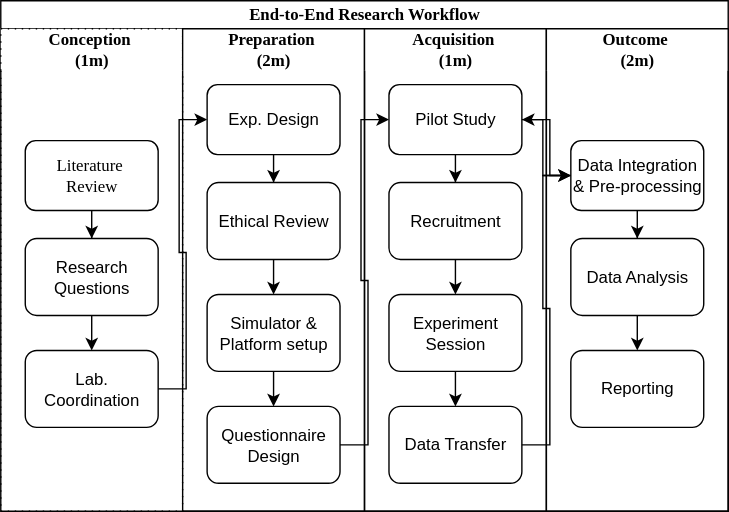
The draw.io diagram content/publications/mdpi-emotion-paper/workflow.svg in iwaszm/iwaszm.github.io, before a commit. Source tidied: cells renumbered, new cells last; positions are measured from the earlier drawing's top-left corner, leaving out a move shared by most shapes. Its diagram source:
```xml
<mxGraphModel>
  <root>
    <mxCell id="0" />
    <mxCell id="1" parent="0" />
    <mxCell id="2" value="End-to-End Research Workflow" style="swimlane;startSize=20;html=1;fontFamily=Tahoma;" parent="1" vertex="1">
      <mxGeometry width="520" height="365" as="geometry" />
    </mxCell>
    <mxCell id="3" value="Conception&amp;nbsp;&lt;div&gt;(1m)&lt;/div&gt;" style="swimlane;startSize=30;html=1;fontFamily=Tahoma;labelBackgroundColor=none;swimlaneFillColor=none;gradientColor=none;fillColor=default;dashed=1;dashPattern=1 4;swimlaneLine=0;rounded=0;glass=0;" parent="2" vertex="1">
      <mxGeometry y="20" width="130" height="345" as="geometry" />
    </mxCell>
    <mxCell id="4" style="edgeStyle=orthogonalEdgeStyle;rounded=0;jettySize=auto;html=1;" parent="3" edge="1" source="5" target="7">
      <mxGeometry relative="1" as="geometry" />
    </mxCell>
    <mxCell id="5" value="&lt;font face=&quot;Tahoma&quot;&gt;Literature&amp;nbsp;&lt;/font&gt;&lt;div&gt;&lt;font face=&quot;Tahoma&quot;&gt;Review&lt;/font&gt;&lt;/div&gt;" style="rounded=1;whiteSpace=wrap;html=1;" parent="3" vertex="1">
      <mxGeometry x="17.5" y="80" width="95" height="50" as="geometry" />
    </mxCell>
    <mxCell id="6" style="edgeStyle=orthogonalEdgeStyle;rounded=0;jettySize=auto;html=1;" parent="3" edge="1" source="7" target="8">
      <mxGeometry relative="1" as="geometry" />
    </mxCell>
    <mxCell id="7" value="Research Questions" style="whiteSpace=wrap;html=1;rounded=1;" parent="3" vertex="1">
      <mxGeometry x="17.5" y="150" width="95" height="55" as="geometry" />
    </mxCell>
    <mxCell id="8" value="Lab. Coordination" style="whiteSpace=wrap;html=1;rounded=1;" parent="3" vertex="1">
      <mxGeometry x="17.5" y="230" width="95" height="55" as="geometry" />
    </mxCell>
    <mxCell id="9" value="Preparation&amp;nbsp;&lt;div&gt;(2m)&lt;/div&gt;" style="swimlane;startSize=30;html=1;fontFamily=Tahoma;swimlaneLine=0;rounded=0;glass=0;" parent="2" vertex="1">
      <mxGeometry x="130" y="20" width="130" height="345" as="geometry" />
    </mxCell>
    <mxCell id="10" style="edgeStyle=orthogonalEdgeStyle;rounded=0;jettySize=auto;html=1;" parent="9" edge="1" source="11" target="13">
      <mxGeometry relative="1" as="geometry" />
    </mxCell>
    <mxCell id="11" value="Exp. Design" style="rounded=1;whiteSpace=wrap;html=1;" parent="9" vertex="1">
      <mxGeometry x="17.5" y="40" width="95" height="50" as="geometry" />
    </mxCell>
    <mxCell id="12" style="edgeStyle=orthogonalEdgeStyle;rounded=0;jettySize=auto;html=1;" parent="9" edge="1" source="13" target="15">
      <mxGeometry relative="1" as="geometry" />
    </mxCell>
    <mxCell id="13" value="Ethical Review" style="whiteSpace=wrap;html=1;rounded=1;" parent="9" vertex="1">
      <mxGeometry x="17.5" y="110" width="95" height="55" as="geometry" />
    </mxCell>
    <mxCell id="14" style="edgeStyle=orthogonalEdgeStyle;rounded=0;jettySize=auto;html=1;" parent="9" edge="1" source="15" target="16">
      <mxGeometry relative="1" as="geometry" />
    </mxCell>
    <mxCell id="15" value="Simulator &amp;amp; Platform setup" style="whiteSpace=wrap;html=1;rounded=1;" parent="9" vertex="1">
      <mxGeometry x="17.5" y="190" width="95" height="55" as="geometry" />
    </mxCell>
    <mxCell id="16" value="Questionnaire Design" style="whiteSpace=wrap;html=1;rounded=1;" parent="9" vertex="1">
      <mxGeometry x="17.5" y="270" width="95" height="55" as="geometry" />
    </mxCell>
    <mxCell id="17" value="Acquisition&amp;nbsp;&lt;div&gt;(1m)&lt;/div&gt;" style="swimlane;startSize=30;html=1;fontFamily=Tahoma;swimlaneLine=0;rounded=0;glass=0;" parent="2" vertex="1">
      <mxGeometry x="260" y="20" width="130" height="345" as="geometry" />
    </mxCell>
    <mxCell id="18" style="edgeStyle=orthogonalEdgeStyle;rounded=0;jettySize=auto;html=1;" parent="17" edge="1" source="19" target="21">
      <mxGeometry relative="1" as="geometry" />
    </mxCell>
    <mxCell id="19" value="Pilot Study" style="rounded=1;whiteSpace=wrap;html=1;" parent="17" vertex="1">
      <mxGeometry x="17.5" y="40" width="95" height="50" as="geometry" />
    </mxCell>
    <mxCell id="20" style="edgeStyle=orthogonalEdgeStyle;rounded=0;jettySize=auto;html=1;" parent="17" edge="1" source="21" target="23">
      <mxGeometry relative="1" as="geometry" />
    </mxCell>
    <mxCell id="21" value="Recruitment" style="whiteSpace=wrap;html=1;rounded=1;" parent="17" vertex="1">
      <mxGeometry x="17.5" y="110" width="95" height="55" as="geometry" />
    </mxCell>
    <mxCell id="22" style="edgeStyle=orthogonalEdgeStyle;rounded=0;jettySize=auto;html=1;" parent="17" edge="1" source="23" target="24">
      <mxGeometry relative="1" as="geometry" />
    </mxCell>
    <mxCell id="23" value="Experiment Session" style="whiteSpace=wrap;html=1;rounded=1;" parent="17" vertex="1">
      <mxGeometry x="17.5" y="190" width="95" height="55" as="geometry" />
    </mxCell>
    <mxCell id="24" value="Data Transfer" style="whiteSpace=wrap;html=1;rounded=1;" parent="17" vertex="1">
      <mxGeometry x="17.5" y="270" width="95" height="55" as="geometry" />
    </mxCell>
    <mxCell id="25" value="Outcome&amp;nbsp;&lt;div&gt;(2m)&lt;/div&gt;" style="swimlane;startSize=30;html=1;fontFamily=Tahoma;swimlaneLine=0;rounded=0;glass=0;" parent="2" vertex="1">
      <mxGeometry x="390" y="20" width="130" height="345" as="geometry" />
    </mxCell>
    <mxCell id="26" style="edgeStyle=orthogonalEdgeStyle;rounded=0;jettySize=auto;html=1;" parent="25" edge="1" source="27" target="29">
      <mxGeometry relative="1" as="geometry" />
    </mxCell>
    <mxCell id="27" value="Data Integration &amp;amp; Pre-processing" style="rounded=1;whiteSpace=wrap;html=1;" parent="25" vertex="1">
      <mxGeometry x="17.5" y="80" width="95" height="50" as="geometry" />
    </mxCell>
    <mxCell id="28" style="edgeStyle=orthogonalEdgeStyle;rounded=0;jettySize=auto;html=1;" parent="25" edge="1" source="29" target="30">
      <mxGeometry relative="1" as="geometry" />
    </mxCell>
    <mxCell id="29" value="Data Analysis" style="whiteSpace=wrap;html=1;rounded=1;" parent="25" vertex="1">
      <mxGeometry x="17.5" y="150" width="95" height="55" as="geometry" />
    </mxCell>
    <mxCell id="30" value="Reporting" style="whiteSpace=wrap;html=1;rounded=1;" parent="25" vertex="1">
      <mxGeometry x="17.5" y="230" width="95" height="55" as="geometry" />
    </mxCell>
    <mxCell id="31" style="edgeStyle=orthogonalEdgeStyle;rounded=0;jettySize=auto;html=1;entryX=0;entryY=0.5;entryDx=0;entryDy=0;" parent="2" edge="1" source="8" target="11">
      <mxGeometry relative="1" as="geometry" />
    </mxCell>
    <mxCell id="32" style="edgeStyle=orthogonalEdgeStyle;rounded=0;jettySize=auto;html=1;entryX=0;entryY=0.5;entryDx=0;entryDy=0;" parent="2" edge="1" source="16" target="19">
      <mxGeometry relative="1" as="geometry" />
    </mxCell>
    <mxCell id="33" style="edgeStyle=orthogonalEdgeStyle;rounded=0;jettySize=auto;html=1;entryX=0;entryY=0.5;entryDx=0;entryDy=0;" parent="2" edge="1" source="24" target="27">
      <mxGeometry relative="1" as="geometry" />
    </mxCell>
    <mxCell id="34" style="edgeStyle=orthogonalEdgeStyle;rounded=0;jettySize=auto;html=1;" parent="2" edge="1" source="19" target="27">
      <mxGeometry relative="1" as="geometry" />
    </mxCell>
    <mxCell id="35" style="edgeStyle=orthogonalEdgeStyle;rounded=0;jettySize=auto;html=1;entryX=1;entryY=0.5;entryDx=0;entryDy=0;" parent="2" edge="1" source="27" target="19">
      <mxGeometry relative="1" as="geometry" />
    </mxCell>
  </root>
</mxGraphModel>
```
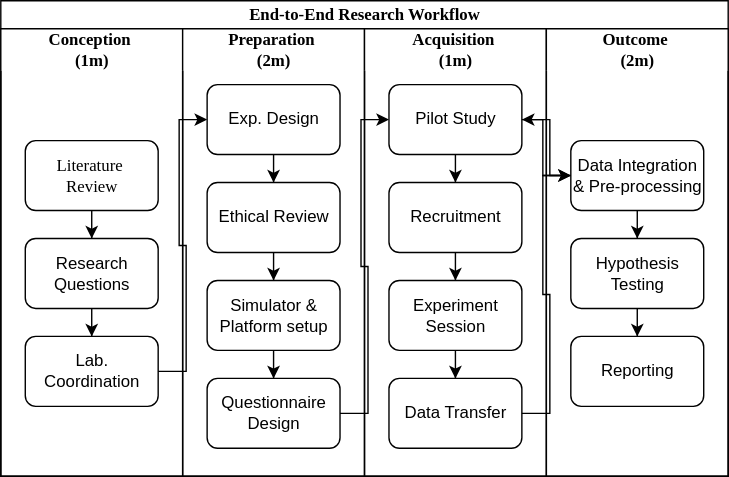
After the commit.

What changed in the source:
```diff
@@ -3,10 +3,10 @@
     <mxCell id="0" />
     <mxCell id="1" parent="0" />
     <mxCell id="2" value="End-to-End Research Workflow" style="swimlane;startSize=20;html=1;fontFamily=Tahoma;" parent="1" vertex="1">
-      <mxGeometry width="520" height="365" as="geometry" />
+      <mxGeometry width="520" height="340" as="geometry" />
     </mxCell>
-    <mxCell id="3" value="Conception&amp;nbsp;&lt;div&gt;(1m)&lt;/div&gt;" style="swimlane;startSize=30;html=1;fontFamily=Tahoma;labelBackgroundColor=none;swimlaneFillColor=none;gradientColor=none;fillColor=default;dashed=1;dashPattern=1 4;swimlaneLine=0;rounded=0;glass=0;" parent="2" vertex="1">
-      <mxGeometry y="20" width="130" height="345" as="geometry" />
+    <mxCell id="3" value="Conception&amp;nbsp;&lt;div&gt;(1m)&lt;/div&gt;" style="swimlane;startSize=30;html=1;fontFamily=Tahoma;labelBackgroundColor=none;swimlaneFillColor=none;gradientColor=none;fillColor=default;swimlaneLine=0;rounded=0;glass=0;strokeColor=default;" parent="2" vertex="1">
+      <mxGeometry y="20" width="130" height="320" as="geometry" />
     </mxCell>
     <mxCell id="4" style="edgeStyle=orthogonalEdgeStyle;rounded=0;jettySize=auto;html=1;" parent="3" edge="1" source="5" target="7">
       <mxGeometry relative="1" as="geometry" />
@@ -18,13 +18,13 @@
       <mxGeometry relative="1" as="geometry" />
     </mxCell>
     <mxCell id="7" value="Research Questions" style="whiteSpace=wrap;html=1;rounded=1;" parent="3" vertex="1">
-      <mxGeometry x="17.5" y="150" width="95" height="55" as="geometry" />
+      <mxGeometry x="17.5" y="150" width="95" height="50" as="geometry" />
     </mxCell>
     <mxCell id="8" value="Lab. Coordination" style="whiteSpace=wrap;html=1;rounded=1;" parent="3" vertex="1">
-      <mxGeometry x="17.5" y="230" width="95" height="55" as="geometry" />
+      <mxGeometry x="17.5" y="220" width="95" height="50" as="geometry" />
     </mxCell>
     <mxCell id="9" value="Preparation&amp;nbsp;&lt;div&gt;(2m)&lt;/div&gt;" style="swimlane;startSize=30;html=1;fontFamily=Tahoma;swimlaneLine=0;rounded=0;glass=0;" parent="2" vertex="1">
-      <mxGeometry x="130" y="20" width="130" height="345" as="geometry" />
+      <mxGeometry x="130" y="20" width="130" height="320" as="geometry" />
     </mxCell>
     <mxCell id="10" style="edgeStyle=orthogonalEdgeStyle;rounded=0;jettySize=auto;html=1;" parent="9" edge="1" source="11" target="13">
       <mxGeometry relative="1" as="geometry" />
@@ -36,19 +36,19 @@
       <mxGeometry relative="1" as="geometry" />
     </mxCell>
     <mxCell id="13" value="Ethical Review" style="whiteSpace=wrap;html=1;rounded=1;" parent="9" vertex="1">
-      <mxGeometry x="17.5" y="110" width="95" height="55" as="geometry" />
+      <mxGeometry x="17.5" y="110" width="95" height="50" as="geometry" />
     </mxCell>
     <mxCell id="14" style="edgeStyle=orthogonalEdgeStyle;rounded=0;jettySize=auto;html=1;" parent="9" edge="1" source="15" target="16">
       <mxGeometry relative="1" as="geometry" />
     </mxCell>
     <mxCell id="15" value="Simulator &amp;amp; Platform setup" style="whiteSpace=wrap;html=1;rounded=1;" parent="9" vertex="1">
-      <mxGeometry x="17.5" y="190" width="95" height="55" as="geometry" />
+      <mxGeometry x="17.5" y="180" width="95" height="50" as="geometry" />
     </mxCell>
     <mxCell id="16" value="Questionnaire Design" style="whiteSpace=wrap;html=1;rounded=1;" parent="9" vertex="1">
-      <mxGeometry x="17.5" y="270" width="95" height="55" as="geometry" />
+      <mxGeometry x="17.5" y="250" width="95" height="50" as="geometry" />
     </mxCell>
     <mxCell id="17" value="Acquisition&amp;nbsp;&lt;div&gt;(1m)&lt;/div&gt;" style="swimlane;startSize=30;html=1;fontFamily=Tahoma;swimlaneLine=0;rounded=0;glass=0;" parent="2" vertex="1">
-      <mxGeometry x="260" y="20" width="130" height="345" as="geometry" />
+      <mxGeometry x="260" y="20" width="130" height="320" as="geometry" />
     </mxCell>
     <mxCell id="18" style="edgeStyle=orthogonalEdgeStyle;rounded=0;jettySize=auto;html=1;" parent="17" edge="1" source="19" target="21">
       <mxGeometry relative="1" as="geometry" />
@@ -60,19 +60,19 @@
       <mxGeometry relative="1" as="geometry" />
     </mxCell>
     <mxCell id="21" value="Recruitment" style="whiteSpace=wrap;html=1;rounded=1;" parent="17" vertex="1">
-      <mxGeometry x="17.5" y="110" width="95" height="55" as="geometry" />
+      <mxGeometry x="17.5" y="110" width="95" height="50" as="geometry" />
     </mxCell>
     <mxCell id="22" style="edgeStyle=orthogonalEdgeStyle;rounded=0;jettySize=auto;html=1;" parent="17" edge="1" source="23" target="24">
       <mxGeometry relative="1" as="geometry" />
     </mxCell>
     <mxCell id="23" value="Experiment Session" style="whiteSpace=wrap;html=1;rounded=1;" parent="17" vertex="1">
-      <mxGeometry x="17.5" y="190" width="95" height="55" as="geometry" />
+      <mxGeometry x="17.5" y="180" width="95" height="50" as="geometry" />
     </mxCell>
     <mxCell id="24" value="Data Transfer" style="whiteSpace=wrap;html=1;rounded=1;" parent="17" vertex="1">
-      <mxGeometry x="17.5" y="270" width="95" height="55" as="geometry" />
+      <mxGeometry x="17.5" y="250" width="95" height="50" as="geometry" />
     </mxCell>
     <mxCell id="25" value="Outcome&amp;nbsp;&lt;div&gt;(2m)&lt;/div&gt;" style="swimlane;startSize=30;html=1;fontFamily=Tahoma;swimlaneLine=0;rounded=0;glass=0;" parent="2" vertex="1">
-      <mxGeometry x="390" y="20" width="130" height="345" as="geometry" />
+      <mxGeometry x="390" y="20" width="130" height="320" as="geometry" />
     </mxCell>
     <mxCell id="26" style="edgeStyle=orthogonalEdgeStyle;rounded=0;jettySize=auto;html=1;" parent="25" edge="1" source="27" target="29">
       <mxGeometry relative="1" as="geometry" />
@@ -83,11 +83,11 @@
     <mxCell id="28" style="edgeStyle=orthogonalEdgeStyle;rounded=0;jettySize=auto;html=1;" parent="25" edge="1" source="29" target="30">
       <mxGeometry relative="1" as="geometry" />
     </mxCell>
-    <mxCell id="29" value="Data Analysis" style="whiteSpace=wrap;html=1;rounded=1;" parent="25" vertex="1">
-      <mxGeometry x="17.5" y="150" width="95" height="55" as="geometry" />
+    <mxCell id="29" value="Hypothesis Testing" style="whiteSpace=wrap;html=1;rounded=1;" parent="25" vertex="1">
+      <mxGeometry x="17.5" y="150" width="95" height="50" as="geometry" />
     </mxCell>
     <mxCell id="30" value="Reporting" style="whiteSpace=wrap;html=1;rounded=1;" parent="25" vertex="1">
-      <mxGeometry x="17.5" y="230" width="95" height="55" as="geometry" />
+      <mxGeometry x="17.5" y="220" width="95" height="50" as="geometry" />
     </mxCell>
     <mxCell id="31" style="edgeStyle=orthogonalEdgeStyle;rounded=0;jettySize=auto;html=1;entryX=0;entryY=0.5;entryDx=0;entryDy=0;" parent="2" edge="1" source="8" target="11">
       <mxGeometry relative="1" as="geometry" />
```
